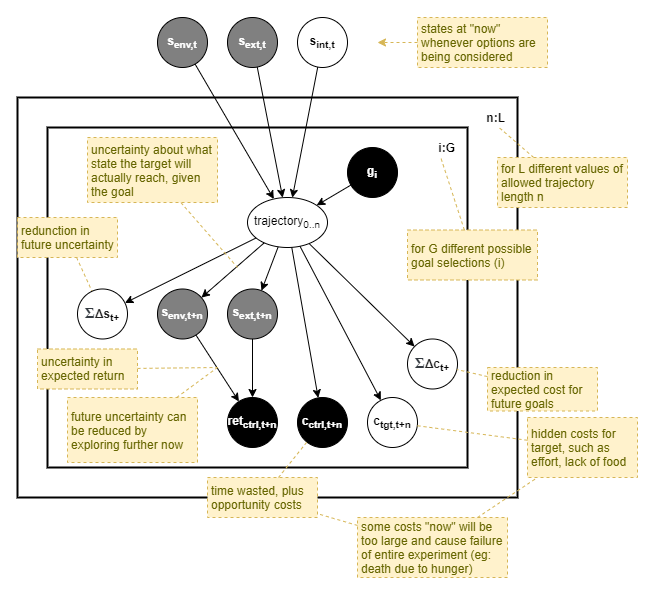
malcolmlett/malcolmlett.github.io keeps this draw.io diagram as files/Autonomous-monitoring-and-control-goal-value2.png. Above is the earlier version. Source tidied: cells renumbered, new cells last; positions are measured from the earlier drawing's top-left corner, leaving out a move shared by most shapes.
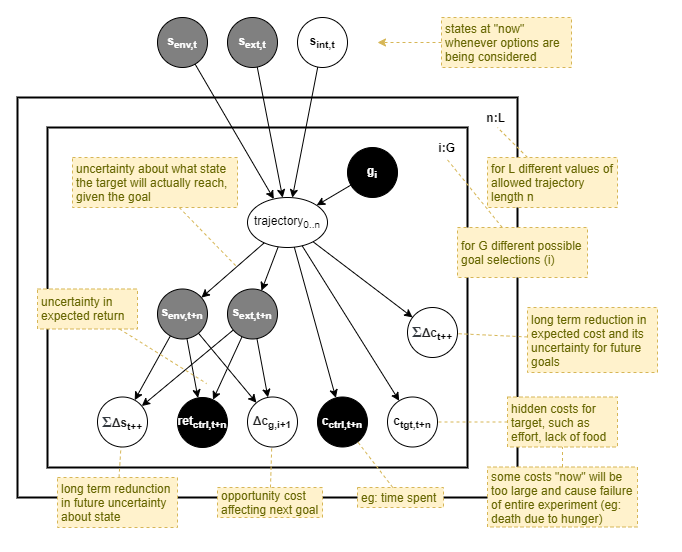
After the commit.

Diff of the diagram source:
```diff
@@ -2,6 +2,9 @@
   <root>
     <mxCell id="0" />
     <mxCell id="1" parent="0" />
+    <mxCell id="53" style="edgeStyle=none;rounded=0;jettySize=auto;html=1;endArrow=classic;endFill=1;" parent="1" edge="1" source="17" target="52">
+      <mxGeometry relative="1" as="geometry" />
+    </mxCell>
     <mxCell id="2" style="rounded=0;whiteSpace=wrap;html=1;fontSize=12;fontColor=#000000;align=center;fillColor=none;strokeWidth=2;" parent="1" vertex="1">
       <mxGeometry y="80" width="500" height="400" as="geometry" />
     </mxCell>
@@ -47,14 +50,17 @@
     <mxCell id="16" style="edgeStyle=none;rounded=0;jettySize=auto;html=1;fontSize=21;" parent="1" edge="1" source="17" target="19">
       <mxGeometry relative="1" as="geometry" />
     </mxCell>
+    <mxCell id="54" style="edgeStyle=none;rounded=0;jettySize=auto;html=1;endArrow=classic;endFill=1;" parent="1" edge="1" source="17" target="49">
+      <mxGeometry relative="1" as="geometry" />
+    </mxCell>
     <mxCell id="17" value="s&lt;sub&gt;ext,t+n&lt;/sub&gt;" style="ellipse;whiteSpace=wrap;html=1;fontStyle=1;fontSize=12;fillColor=#808080;fontColor=#FFFFFF;" parent="1" vertex="1">
       <mxGeometry x="210" y="271.5" width="50" height="50" as="geometry" />
     </mxCell>
     <mxCell id="18" value="c&lt;sub&gt;ctrl,t+n&lt;/sub&gt;" style="ellipse;whiteSpace=wrap;html=1;fontStyle=1;fontSize=12;fillColor=#000000;fontColor=#FFFFFF;" parent="1" vertex="1">
-      <mxGeometry x="280" y="380" width="50" height="50" as="geometry" />
+      <mxGeometry x="300" y="379.5" width="50" height="50" as="geometry" />
     </mxCell>
     <mxCell id="19" value="&lt;span style=&quot;font-size: 12px&quot;&gt;ret&lt;/span&gt;&lt;sub&gt;ctrl,t+n&lt;/sub&gt;" style="ellipse;whiteSpace=wrap;html=1;fontStyle=1;fontSize=12;fillColor=#000000;fontColor=#FFFFFF;" parent="1" vertex="1">
-      <mxGeometry x="210" y="380" width="50" height="50" as="geometry" />
+      <mxGeometry x="160" y="380" width="50" height="50" as="geometry" />
     </mxCell>
     <mxCell id="20" style="edgeStyle=none;rounded=0;jettySize=auto;html=1;fontSize=12;fontColor=#000000;" parent="1" edge="1" source="21" target="26">
       <mxGeometry relative="1" as="geometry" />
@@ -68,37 +74,38 @@
     <mxCell id="23" style="edgeStyle=none;rounded=0;jettySize=auto;html=1;fontSize=12;fontColor=#000000;" parent="1" edge="1" source="26" target="18">
       <mxGeometry relative="1" as="geometry" />
     </mxCell>
-    <mxCell id="24" style="edgeStyle=none;rounded=0;jettySize=auto;html=1;fontSize=12;fontColor=#FFFFFF;" parent="1" edge="1" source="26" target="49">
+    <mxCell id="24" style="edgeStyle=none;rounded=0;jettySize=auto;html=1;fontSize=12;fontColor=#FFFFFF;" parent="1" edge="1" source="15" target="49">
       <mxGeometry relative="1" as="geometry" />
     </mxCell>
-    <mxCell id="25" style="rounded=0;jettySize=auto;html=1;" parent="1" edge="1" source="26" target="52">
+    <mxCell id="25" style="rounded=0;jettySize=auto;html=1;" parent="1" edge="1" source="15" target="52">
       <mxGeometry relative="1" as="geometry" />
     </mxCell>
+    <mxCell id="55" style="edgeStyle=none;rounded=0;jettySize=auto;html=1;endArrow=classic;endFill=1;" parent="1" edge="1" source="26" target="56">
+      <mxGeometry relative="1" as="geometry" />
+    </mxCell>
     <mxCell id="26" value="trajectory&lt;sub&gt;0..n&lt;/sub&gt;" style="ellipse;whiteSpace=wrap;html=1;strokeWidth=1;fillColor=none;fontSize=12;fontColor=#000000;align=center;" parent="1" vertex="1">
       <mxGeometry x="230" y="180" width="80" height="50" as="geometry" />
     </mxCell>
     <mxCell id="27" value="c&lt;sub&gt;tgt,t+n&lt;/sub&gt;" style="ellipse;whiteSpace=wrap;html=1;fontStyle=1;fontSize=12;" parent="1" vertex="1">
-      <mxGeometry x="350" y="380" width="50" height="50" as="geometry" />
+      <mxGeometry x="370" y="379.5" width="50" height="50" as="geometry" />
     </mxCell>
     <mxCell id="28" style="rounded=0;jumpStyle=none;jettySize=auto;html=1;strokeWidth=1;fontColor=#666600;dashed=1;strokeColor=#d6b656;fillColor=#fff2cc;endArrow=none;endFill=0;" parent="1" edge="1" source="29" target="5">
       <mxGeometry relative="1" as="geometry" />
     </mxCell>
     <mxCell id="29" value="for L different values of allowed trajectory length n" style="rounded=0;whiteSpace=wrap;html=1;align=left;fillColor=#fff2cc;strokeColor=#d6b656;fontColor=#666600;dashed=1;spacingLeft=2;spacingRight=2;" parent="1" vertex="1">
-      <mxGeometry x="480" y="140" width="130" height="50" as="geometry" />
+      <mxGeometry x="470" y="140" width="130" height="50" as="geometry" />
     </mxCell>
     <mxCell id="30" value="for G different possible goal selections (i)" style="rounded=0;whiteSpace=wrap;html=1;align=left;fillColor=#fff2cc;strokeColor=#d6b656;fontColor=#666600;dashed=1;spacingLeft=2;spacingRight=2;" parent="1" vertex="1">
-      <mxGeometry x="390" y="212.5" width="130" height="50" as="geometry" />
+      <mxGeometry x="440" y="210" width="130" height="50" as="geometry" />
     </mxCell>
     <mxCell id="31" style="rounded=0;jumpStyle=none;jettySize=auto;html=1;strokeWidth=1;fontColor=#666600;dashed=1;strokeColor=#d6b656;fillColor=#fff2cc;endArrow=none;endFill=0;" parent="1" edge="1" source="30" target="4">
       <mxGeometry relative="1" as="geometry" />
     </mxCell>
     <mxCell id="32" value="uncertainty in expected return" style="rounded=0;whiteSpace=wrap;html=1;align=left;fillColor=#fff2cc;strokeColor=#d6b656;fontColor=#666600;dashed=1;spacingLeft=2;spacingRight=2;" parent="1" vertex="1">
-      <mxGeometry x="20" y="331.5" width="100" height="40" as="geometry" />
+      <mxGeometry x="20" y="271.5" width="100" height="40" as="geometry" />
     </mxCell>
-    <mxCell id="33" style="rounded=0;jumpStyle=none;jettySize=auto;html=1;strokeWidth=1;fontColor=#666600;dashed=1;strokeColor=#d6b656;fillColor=#fff2cc;endArrow=none;endFill=0;" parent="1" edge="1" source="32">
-      <mxGeometry relative="1" as="geometry">
-        <mxPoint x="200" y="350" as="targetPoint" />
-      </mxGeometry>
+    <mxCell id="33" style="rounded=0;jumpStyle=none;jettySize=auto;html=1;strokeWidth=1;fontColor=#666600;dashed=1;strokeColor=#d6b656;fillColor=#fff2cc;endArrow=none;endFill=0;entryX=0.379;entryY=0.753;entryDx=0;entryDy=0;entryPerimeter=0;" parent="1" edge="1" source="32" target="3">
+      <mxGeometry relative="1" as="geometry" />
     </mxCell>
     <mxCell id="34" style="rounded=0;jumpStyle=none;jettySize=auto;html=1;strokeWidth=1;fontColor=#666600;dashed=1;strokeColor=#d6b656;fillColor=#fff2cc;endArrow=none;endFill=0;" parent="1" edge="1" source="35">
       <mxGeometry relative="1" as="geometry">
@@ -106,62 +113,60 @@
       </mxGeometry>
     </mxCell>
     <mxCell id="35" value="uncertainty about what state the target will actually reach, given the goal" style="rounded=0;whiteSpace=wrap;html=1;align=left;fillColor=#fff2cc;strokeColor=#d6b656;fontColor=#666600;dashed=1;spacingLeft=2;spacingRight=2;" parent="1" vertex="1">
-      <mxGeometry x="70" y="120" width="130" height="65" as="geometry" />
+      <mxGeometry x="55" y="140" width="165" height="50" as="geometry" />
     </mxCell>
     <mxCell id="36" value="hidden costs for target, such as effort, lack of food" style="rounded=0;whiteSpace=wrap;html=1;align=left;fillColor=#fff2cc;strokeColor=#d6b656;fontColor=#666600;dashed=1;spacingLeft=2;spacingRight=2;" parent="1" vertex="1">
-      <mxGeometry x="510" y="400" width="110" height="60" as="geometry" />
+      <mxGeometry x="490" y="379.5" width="110" height="50" as="geometry" />
     </mxCell>
     <mxCell id="37" style="rounded=0;jumpStyle=none;jettySize=auto;html=1;strokeWidth=1;fontColor=#666600;dashed=1;strokeColor=#d6b656;fillColor=#fff2cc;endArrow=none;endFill=0;" parent="1" edge="1" source="36" target="27">
       <mxGeometry relative="1" as="geometry" />
     </mxCell>
-    <mxCell id="38" value="time wasted, plus opportunity costs" style="rounded=0;whiteSpace=wrap;html=1;align=left;fillColor=#fff2cc;strokeColor=#d6b656;fontColor=#666600;dashed=1;spacingLeft=2;spacingRight=2;" parent="1" vertex="1">
-      <mxGeometry x="190" y="460" width="110" height="40" as="geometry" />
+    <mxCell id="38" value="eg: time spent" style="rounded=0;whiteSpace=wrap;html=1;align=left;fillColor=#fff2cc;strokeColor=#d6b656;fontColor=#666600;dashed=1;spacingLeft=2;spacingRight=2;" parent="1" vertex="1">
+      <mxGeometry x="340" y="470" width="86" height="20" as="geometry" />
     </mxCell>
     <mxCell id="39" style="rounded=0;jumpStyle=none;jettySize=auto;html=1;strokeWidth=1;fontColor=#666600;dashed=1;strokeColor=#d6b656;fillColor=#fff2cc;endArrow=none;endFill=0;" parent="1" edge="1" source="38" target="18">
       <mxGeometry relative="1" as="geometry" />
     </mxCell>
     <mxCell id="40" value="states at &quot;now&quot; whenever options are being considered" style="rounded=0;whiteSpace=wrap;html=1;align=left;fillColor=#fff2cc;strokeColor=#d6b656;fontColor=#666600;dashed=1;spacingLeft=2;spacingRight=2;" parent="1" vertex="1">
-      <mxGeometry x="400" width="130" height="50" as="geometry" />
+      <mxGeometry x="424" width="130" height="50" as="geometry" />
     </mxCell>
     <mxCell id="41" style="rounded=0;jumpStyle=none;jettySize=auto;html=1;strokeWidth=1;fontColor=#666600;dashed=1;strokeColor=#d6b656;fillColor=#fff2cc;endArrow=classic;endFill=1;" parent="1" edge="1" source="40">
       <mxGeometry relative="1" as="geometry">
         <mxPoint x="360" y="25" as="targetPoint" />
       </mxGeometry>
     </mxCell>
-    <mxCell id="42" value="future uncertainty can be reduced by exploring further now" style="rounded=0;whiteSpace=wrap;html=1;align=left;fillColor=#fff2cc;strokeColor=#d6b656;fontColor=#666600;dashed=1;spacingLeft=2;spacingRight=2;" parent="1" vertex="1">
-      <mxGeometry x="50" y="380" width="130" height="65" as="geometry" />
-    </mxCell>
-    <mxCell id="43" style="rounded=0;jumpStyle=none;jettySize=auto;html=1;strokeWidth=1;fontColor=#666600;dashed=1;strokeColor=#d6b656;fillColor=#fff2cc;endArrow=none;endFill=0;" parent="1" edge="1" source="42">
-      <mxGeometry relative="1" as="geometry">
-        <mxPoint x="200" y="350" as="targetPoint" />
-      </mxGeometry>
-    </mxCell>
-    <mxCell id="44" value="redunction in future uncertainty" style="rounded=0;whiteSpace=wrap;html=1;align=left;fillColor=#fff2cc;strokeColor=#d6b656;fontColor=#666600;dashed=1;spacingLeft=2;spacingRight=2;" parent="1" vertex="1">
-      <mxGeometry y="200" width="100" height="40" as="geometry" />
+    <mxCell id="44" value="long term redunction in future uncertainty about state" style="rounded=0;whiteSpace=wrap;html=1;align=left;fillColor=#fff2cc;strokeColor=#d6b656;fontColor=#666600;dashed=1;spacingLeft=2;spacingRight=2;" parent="1" vertex="1">
+      <mxGeometry x="40" y="460" width="120" height="50" as="geometry" />
     </mxCell>
     <mxCell id="45" style="rounded=0;jumpStyle=none;jettySize=auto;html=1;strokeWidth=1;fontColor=#666600;dashed=1;strokeColor=#d6b656;fillColor=#fff2cc;endArrow=none;endFill=0;" parent="1" edge="1" source="44" target="52">
       <mxGeometry relative="1" as="geometry" />
     </mxCell>
     <mxCell id="46" value="some costs &quot;now&quot; will be too large and cause failure of entire experiment (eg: death due to hunger)" style="rounded=0;whiteSpace=wrap;html=1;align=left;fillColor=#fff2cc;strokeColor=#d6b656;fontColor=#666600;dashed=1;spacingLeft=2;spacingRight=2;" parent="1" vertex="1">
-      <mxGeometry x="340" y="500" width="150" height="60" as="geometry" />
+      <mxGeometry x="470" y="449.5" width="150" height="60" as="geometry" />
     </mxCell>
-    <mxCell id="47" style="rounded=0;jumpStyle=none;jettySize=auto;html=1;strokeWidth=1;fontColor=#666600;dashed=1;strokeColor=#d6b656;fillColor=#fff2cc;endArrow=none;endFill=0;" parent="1" edge="1" source="46" target="38">
-      <mxGeometry relative="1" as="geometry" />
-    </mxCell>
     <mxCell id="48" style="rounded=0;jumpStyle=none;jettySize=auto;html=1;strokeWidth=1;fontColor=#666600;dashed=1;strokeColor=#d6b656;fillColor=#fff2cc;endArrow=none;endFill=0;" parent="1" edge="1" source="46" target="36">
       <mxGeometry relative="1" as="geometry" />
     </mxCell>
-    <mxCell id="49" value="&lt;span style=&quot;color: rgb(52 , 58 , 64) ; font-family: &amp;#34;open sans&amp;#34; ; font-size: 15px ; background-color: rgb(255 , 255 , 255)&quot;&gt;Σ&lt;/span&gt;&lt;span style=&quot;color: rgb(34 , 34 , 34) ; font-family: &amp;#34;google sans&amp;#34; , &amp;#34;arial&amp;#34; , sans-serif ; text-align: left ; background-color: rgb(255 , 255 , 255)&quot;&gt;&lt;font style=&quot;font-size: 12px&quot;&gt;Δc&lt;/font&gt;&lt;/span&gt;&lt;sub&gt;t+&lt;/sub&gt;" style="ellipse;whiteSpace=wrap;html=1;fontStyle=1;fontSize=12;" parent="1" vertex="1">
-      <mxGeometry x="390" y="321.5" width="50" height="50" as="geometry" />
+    <mxCell id="49" value="&lt;span style=&quot;color: rgb(34 , 34 , 34) ; font-family: &amp;#34;google sans&amp;#34; , &amp;#34;arial&amp;#34; , sans-serif ; text-align: left ; background-color: rgb(255 , 255 , 255)&quot;&gt;Δ&lt;/span&gt;&lt;span style=&quot;color: rgb(34 , 34 , 34) ; font-family: &amp;#34;google sans&amp;#34; , &amp;#34;arial&amp;#34; , sans-serif ; text-align: left ; background-color: rgb(255 , 255 , 255)&quot;&gt;&lt;font style=&quot;font-size: 12px&quot;&gt;c&lt;/font&gt;&lt;/span&gt;&lt;sub&gt;g,i+1&lt;/sub&gt;" style="ellipse;whiteSpace=wrap;html=1;fontStyle=1;fontSize=12;" parent="1" vertex="1">
+      <mxGeometry x="230" y="379.5" width="50" height="50" as="geometry" />
     </mxCell>
-    <mxCell id="50" value="reduction in expected cost for future goals" style="rounded=0;whiteSpace=wrap;html=1;align=left;fillColor=#fff2cc;strokeColor=#d6b656;fontColor=#666600;dashed=1;spacingLeft=2;spacingRight=2;" parent="1" vertex="1">
-      <mxGeometry x="470" y="350" width="110" height="43.5" as="geometry" />
+    <mxCell id="50" value="long term reduction in expected cost and its uncertainty for future goals" style="rounded=0;whiteSpace=wrap;html=1;align=left;fillColor=#fff2cc;strokeColor=#d6b656;fontColor=#666600;dashed=1;spacingLeft=2;spacingRight=2;" parent="1" vertex="1">
+      <mxGeometry x="510" y="290" width="130" height="65" as="geometry" />
     </mxCell>
-    <mxCell id="51" style="rounded=0;jumpStyle=none;jettySize=auto;html=1;strokeWidth=1;fontColor=#666600;dashed=1;strokeColor=#d6b656;fillColor=#fff2cc;endArrow=none;endFill=0;" parent="1" edge="1" source="50" target="49">
+    <mxCell id="51" style="rounded=0;jumpStyle=none;jettySize=auto;html=1;strokeWidth=1;fontColor=#666600;dashed=1;strokeColor=#d6b656;fillColor=#fff2cc;endArrow=none;endFill=0;" parent="1" edge="1" source="50" target="56">
       <mxGeometry relative="1" as="geometry" />
     </mxCell>
-    <mxCell id="52" value="&lt;span style=&quot;color: rgb(52 , 58 , 64) ; font-family: &amp;#34;open sans&amp;#34; ; font-size: 15px ; background-color: rgb(255 , 255 , 255)&quot;&gt;Σ&lt;/span&gt;&lt;span style=&quot;color: rgb(34 , 34 , 34) ; font-family: &amp;#34;google sans&amp;#34; , &amp;#34;arial&amp;#34; , sans-serif ; text-align: left ; background-color: rgb(255 , 255 , 255)&quot;&gt;&lt;font style=&quot;font-size: 12px&quot;&gt;Δs&lt;/font&gt;&lt;/span&gt;&lt;sub&gt;t+&lt;/sub&gt;" style="ellipse;whiteSpace=wrap;html=1;fontStyle=1;fontSize=12;" parent="1" vertex="1">
-      <mxGeometry x="60" y="271.5" width="50" height="50" as="geometry" />
+    <mxCell id="52" value="&lt;span style=&quot;color: rgb(52 , 58 , 64) ; font-family: &amp;#34;open sans&amp;#34; ; font-size: 15px ; background-color: rgb(255 , 255 , 255)&quot;&gt;Σ&lt;/span&gt;&lt;span style=&quot;color: rgb(34 , 34 , 34) ; font-family: &amp;#34;google sans&amp;#34; , &amp;#34;arial&amp;#34; , sans-serif ; text-align: left ; background-color: rgb(255 , 255 , 255)&quot;&gt;&lt;font style=&quot;font-size: 12px&quot;&gt;Δs&lt;/font&gt;&lt;/span&gt;&lt;sub&gt;t++&lt;/sub&gt;" style="ellipse;whiteSpace=wrap;html=1;fontStyle=1;fontSize=12;" parent="1" vertex="1">
+      <mxGeometry x="80" y="379.5" width="50" height="50" as="geometry" />
     </mxCell>
+    <mxCell id="56" value="&lt;span style=&quot;color: rgb(52 , 58 , 64) ; font-family: &amp;#34;open sans&amp;#34; ; font-size: 15px ; background-color: rgb(255 , 255 , 255)&quot;&gt;Σ&lt;/span&gt;&lt;span style=&quot;color: rgb(34 , 34 , 34) ; font-family: &amp;#34;google sans&amp;#34; , &amp;#34;arial&amp;#34; , sans-serif ; text-align: left ; background-color: rgb(255 , 255 , 255)&quot;&gt;&lt;font style=&quot;font-size: 12px&quot;&gt;Δc&lt;/font&gt;&lt;/span&gt;&lt;sub&gt;t++&lt;/sub&gt;" style="ellipse;whiteSpace=wrap;html=1;fontStyle=1;fontSize=12;" parent="1" vertex="1">
+      <mxGeometry x="390" y="290" width="50" height="50" as="geometry" />
+    </mxCell>
+    <mxCell id="57" value="opportunity cost affecting next goal" style="rounded=0;whiteSpace=wrap;html=1;align=left;fillColor=#fff2cc;strokeColor=#d6b656;fontColor=#666600;dashed=1;spacingLeft=2;spacingRight=2;" parent="1" vertex="1">
+      <mxGeometry x="200" y="470" width="105" height="30" as="geometry" />
+    </mxCell>
+    <mxCell id="58" style="rounded=0;jumpStyle=none;jettySize=auto;html=1;strokeWidth=1;fontColor=#666600;dashed=1;strokeColor=#d6b656;fillColor=#fff2cc;endArrow=none;endFill=0;" parent="1" edge="1" source="57" target="49">
+      <mxGeometry relative="1" as="geometry" />
+    </mxCell>
   </root>
 </mxGraphModel>
```
